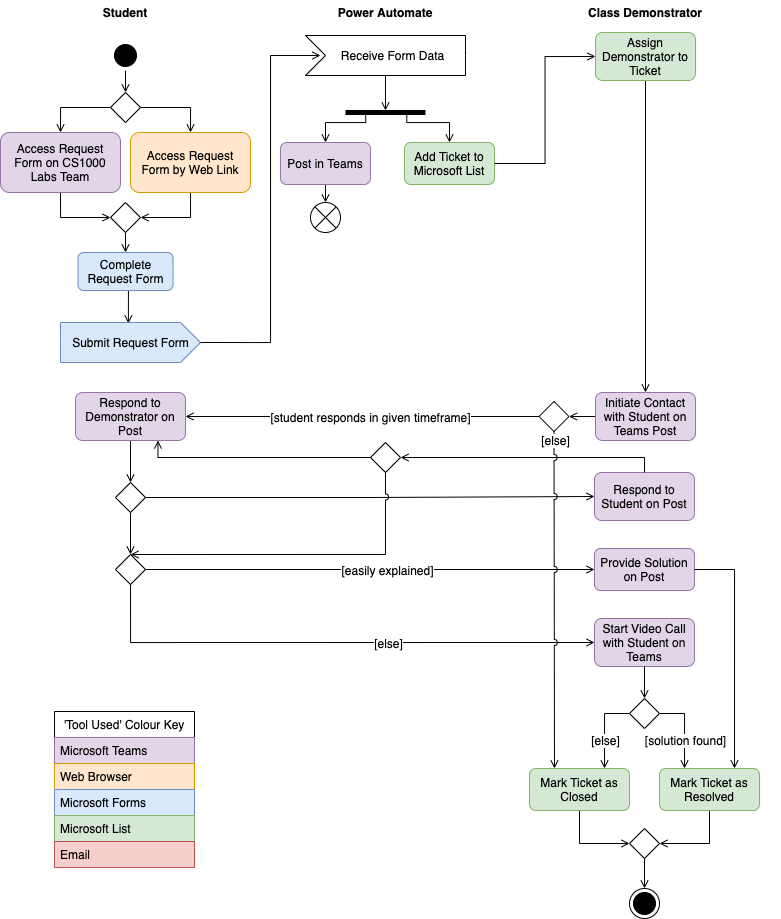
Above: 2context/images/activityRevised.png in mrjackmclean/managingLabsWriteUp (draw.io), before the change. Source tidied: cells renumbered, new cells last; positions are measured from the earlier drawing's top-left corner, leaving out a move shared by most shapes.
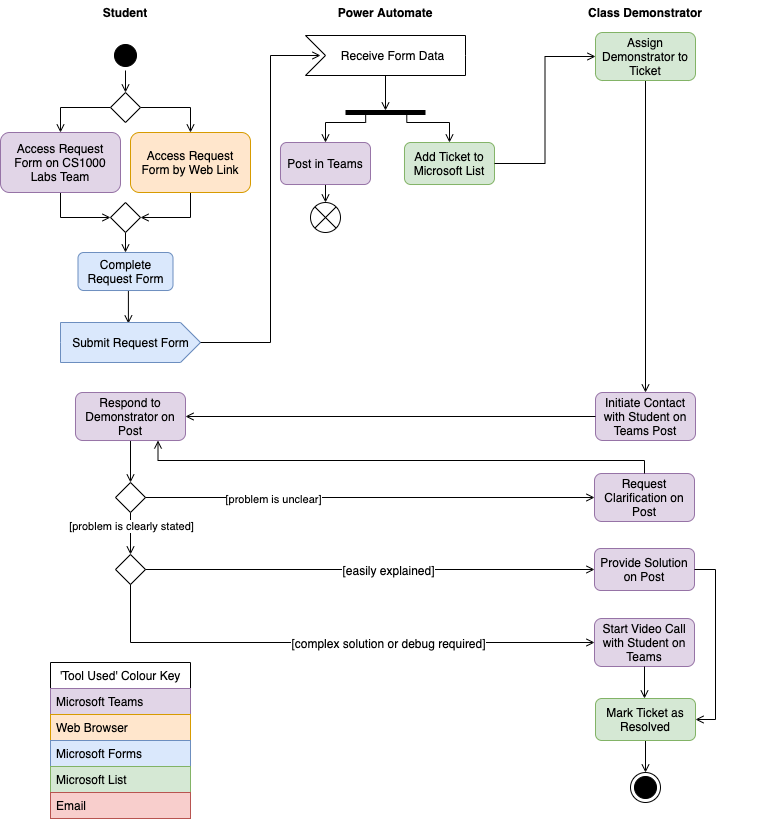
The same file after the commit.

Change to the diagram source:
```diff
@@ -59,6 +59,9 @@
     <mxCell id="20" style="edgeStyle=orthogonalEdgeStyle;rounded=0;jettySize=auto;html=1;exitX=0.5;exitY=1;exitDx=0;exitDy=0;entryX=0.5;entryY=0;entryDx=0;entryDy=0;endArrow=open;endFill=0;" parent="2" edge="1" source="21" target="19">
       <mxGeometry relative="1" as="geometry" />
     </mxCell>
+    <mxCell id="76" value="[problem is clearly stated]" style="edgeLabel;html=1;align=center;verticalAlign=middle;" parent="20" vertex="1">
+      <mxGeometry x="-0.38" relative="1" as="geometry" />
+    </mxCell>
     <mxCell id="21" style="rhombus;fontSize=12;" parent="2" vertex="1">
       <mxGeometry x="115" y="482" width="30" height="30" as="geometry" />
     </mxCell>
@@ -80,9 +83,6 @@
     <mxCell id="27" style="shape=sumEllipse;perimeter=ellipsePerimeter;whiteSpace=wrap;html=1;backgroundOutline=1;fontSize=12;" parent="22" vertex="1">
       <mxGeometry x="50" y="202" width="30" height="30" as="geometry" />
     </mxCell>
-    <mxCell id="28" style="rhombus;fontSize=12;" parent="22" vertex="1">
-      <mxGeometry x="110" y="442" width="30" height="30" as="geometry" />
-    </mxCell>
     <mxCell id="29" style="edgeStyle=orthogonalEdgeStyle;rounded=0;jettySize=auto;html=1;exitX=1;exitY=0.5;exitDx=0;exitDy=0;exitPerimeter=0;endArrow=open;endFill=0;fontSize=12;" parent="1" edge="1" source="16">
       <mxGeometry relative="1" as="geometry">
         <mxPoint x="320" y="55" as="targetPoint" />
@@ -113,9 +113,6 @@
     <mxCell id="36" value="Assign Demonstrator to Ticket" style="rounded=1;whiteSpace=wrap;html=1;strokeColor=#82b366;fontSize=12;fillColor=#d5e8d4;" parent="34" vertex="1">
       <mxGeometry x="85" y="32" width="100" height="48" as="geometry" />
     </mxCell>
-    <mxCell id="37" style="edgeStyle=orthogonalEdgeStyle;rounded=0;jumpStyle=arc;jettySize=auto;html=1;exitX=0;exitY=0.5;exitDx=0;exitDy=0;entryX=1;entryY=0.5;entryDx=0;entryDy=0;endArrow=open;endFill=0;" parent="34" edge="1" source="38" target="42">
-      <mxGeometry relative="1" as="geometry" />
-    </mxCell>
     <mxCell id="38" value="Initiate Contact with Student on Teams Post" style="rounded=1;whiteSpace=wrap;html=1;strokeColor=#9673a6;fontSize=12;fillColor=#e1d5e7;" parent="34" vertex="1">
       <mxGeometry x="85" y="392" width="100" height="48" as="geometry" />
     </mxCell>
@@ -125,27 +122,18 @@
     <mxCell id="40" value="Start Video Call with Student on Teams" style="rounded=1;whiteSpace=wrap;html=1;strokeColor=#9673a6;fontSize=12;fillColor=#e1d5e7;" parent="34" vertex="1">
       <mxGeometry x="84" y="618" width="100" height="48" as="geometry" />
     </mxCell>
-    <mxCell id="41" value="Respond to Student on Post" style="rounded=1;whiteSpace=wrap;html=1;strokeColor=#9673a6;fontSize=12;fillColor=#e1d5e7;" parent="34" vertex="1">
-      <mxGeometry x="84" y="472" width="100" height="48" as="geometry" />
+    <mxCell id="41" value="Request Clarification on Post" style="rounded=1;whiteSpace=wrap;html=1;strokeColor=#9673a6;fontSize=12;fillColor=#e1d5e7;" parent="34" vertex="1">
+      <mxGeometry x="84" y="473" width="100" height="48" as="geometry" />
     </mxCell>
-    <mxCell id="42" style="rhombus;fontSize=12;" parent="34" vertex="1">
-      <mxGeometry x="28.5" y="401" width="30" height="30" as="geometry" />
-    </mxCell>
     <mxCell id="43" style="edgeStyle=orthogonalEdgeStyle;rounded=0;jettySize=auto;html=1;exitX=1;exitY=0.5;exitDx=0;exitDy=0;entryX=0;entryY=0.5;entryDx=0;entryDy=0;startArrow=none;startFill=0;endArrow=open;endFill=0;fontSize=12;" parent="1" edge="1" source="26" target="36">
       <mxGeometry relative="1" as="geometry" />
     </mxCell>
-    <mxCell id="44" style="edgeStyle=orthogonalEdgeStyle;rounded=0;jettySize=auto;html=1;exitX=0.5;exitY=1;exitDx=0;exitDy=0;entryX=1;entryY=0.5;entryDx=0;entryDy=0;fontSize=12;startArrow=none;startFill=0;endArrow=open;endFill=0;" parent="1" edge="1" source="45" target="60">
+    <mxCell id="44" style="edgeStyle=orthogonalEdgeStyle;rounded=0;jettySize=auto;html=1;exitX=0.5;exitY=1;exitDx=0;exitDy=0;entryX=0.5;entryY=0;entryDx=0;entryDy=0;fontSize=12;startArrow=none;startFill=0;endArrow=open;endFill=0;" parent="1" edge="1" source="45" target="61">
       <mxGeometry relative="1" as="geometry" />
     </mxCell>
     <mxCell id="45" value="Mark Ticket as Resolved" style="rounded=1;whiteSpace=wrap;html=1;strokeColor=#82b366;fontSize=12;fillColor=#d5e8d4;" parent="1" vertex="1">
-      <mxGeometry x="659" y="768" width="100" height="42" as="geometry" />
+      <mxGeometry x="595" y="698" width="100" height="42" as="geometry" />
     </mxCell>
-    <mxCell id="46" style="edgeStyle=orthogonalEdgeStyle;rounded=0;jettySize=auto;html=1;exitX=0.5;exitY=1;exitDx=0;exitDy=0;entryX=0;entryY=0.5;entryDx=0;entryDy=0;fontSize=12;startArrow=none;startFill=0;endArrow=open;endFill=0;" parent="1" edge="1" source="47" target="60">
-      <mxGeometry relative="1" as="geometry" />
-    </mxCell>
-    <mxCell id="47" value="Mark Ticket as Closed" style="rounded=1;whiteSpace=wrap;html=1;strokeColor=#82b366;fontSize=12;fillColor=#d5e8d4;" parent="1" vertex="1">
-      <mxGeometry x="529" y="768" width="100" height="42" as="geometry" />
-    </mxCell>
     <mxCell id="48" style="edgeStyle=orthogonalEdgeStyle;rounded=0;jettySize=auto;html=1;exitX=1;exitY=0.5;exitDx=0;exitDy=0;entryX=0;entryY=0.5;entryDx=0;entryDy=0;fontSize=12;startArrow=none;startFill=0;endArrow=open;endFill=0;" parent="1" edge="1" source="19" target="39">
       <mxGeometry relative="1" as="geometry" />
     </mxCell>
@@ -157,47 +145,24 @@
     <mxCell id="50" style="edgeStyle=orthogonalEdgeStyle;rounded=0;jettySize=auto;html=1;exitX=0.5;exitY=1;exitDx=0;exitDy=0;entryX=0;entryY=0.5;entryDx=0;entryDy=0;fontSize=12;startArrow=none;startFill=0;endArrow=open;endFill=0;" parent="1" edge="1" source="19" target="40">
       <mxGeometry relative="1" as="geometry" />
     </mxCell>
-    <mxCell id="51" value="[else]" style="edgeLabel;html=1;align=center;verticalAlign=middle;fontSize=12;" parent="50" vertex="1">
+    <mxCell id="51" value="[complex solution or debug required]" style="edgeLabel;html=1;align=center;verticalAlign=middle;fontSize=12;" parent="50" vertex="1">
       <mxGeometry x="0.17" relative="1" as="geometry">
         <mxPoint x="10" as="offset" />
       </mxGeometry>
     </mxCell>
-    <mxCell id="52" style="edgeStyle=orthogonalEdgeStyle;rounded=0;jettySize=auto;html=1;exitX=0;exitY=0.5;exitDx=0;exitDy=0;entryX=0.75;entryY=0;entryDx=0;entryDy=0;fontSize=12;startArrow=none;startFill=0;endArrow=open;endFill=0;" parent="1" edge="1" source="56" target="47">
-      <mxGeometry relative="1" as="geometry" />
-    </mxCell>
-    <mxCell id="53" value="[else]" style="edgeLabel;html=1;align=center;verticalAlign=middle;fontSize=12;" parent="52" vertex="1">
-      <mxGeometry x="0.47" relative="1" as="geometry">
-        <mxPoint y="-7" as="offset" />
-      </mxGeometry>
-    </mxCell>
-    <mxCell id="54" style="edgeStyle=orthogonalEdgeStyle;rounded=0;jettySize=auto;html=1;exitX=1;exitY=0.5;exitDx=0;exitDy=0;entryX=0.25;entryY=0;entryDx=0;entryDy=0;fontSize=12;startArrow=none;startFill=0;endArrow=open;endFill=0;" parent="1" edge="1" source="56" target="45">
-      <mxGeometry relative="1" as="geometry" />
-    </mxCell>
-    <mxCell id="55" value="[solution found]" style="edgeLabel;html=1;align=center;verticalAlign=middle;fontSize=12;" parent="54" vertex="1">
-      <mxGeometry x="0.31" relative="1" as="geometry">
-        <mxPoint y="-1" as="offset" />
-      </mxGeometry>
-    </mxCell>
-    <mxCell id="56" style="rhombus;fontSize=12;" parent="1" vertex="1">
-      <mxGeometry x="629" y="698" width="30" height="30" as="geometry" />
-    </mxCell>
-    <mxCell id="57" style="edgeStyle=orthogonalEdgeStyle;rounded=0;jettySize=auto;html=1;exitX=0.5;exitY=1;exitDx=0;exitDy=0;entryX=0.5;entryY=0;entryDx=0;entryDy=0;fontSize=12;startArrow=none;startFill=0;endArrow=open;endFill=0;" parent="1" edge="1" source="40" target="56">
-      <mxGeometry relative="1" as="geometry" />
+    <mxCell id="57" style="edgeStyle=orthogonalEdgeStyle;rounded=0;jettySize=auto;html=1;exitX=0.5;exitY=1;exitDx=0;exitDy=0;entryX=0.5;entryY=0;entryDx=0;entryDy=0;fontSize=12;startArrow=none;startFill=0;endArrow=open;endFill=0;" parent="1" edge="1" source="40">
+      <mxGeometry relative="1" as="geometry">
+        <mxPoint x="644" y="698" as="targetPoint" />
+      </mxGeometry>
     </mxCell>
-    <mxCell id="58" style="edgeStyle=orthogonalEdgeStyle;rounded=0;jettySize=auto;html=1;exitX=1;exitY=0.5;exitDx=0;exitDy=0;entryX=0.75;entryY=0;entryDx=0;entryDy=0;fontSize=12;startArrow=none;startFill=0;endArrow=open;endFill=0;" parent="1" edge="1" source="39" target="45">
+    <mxCell id="58" style="edgeStyle=orthogonalEdgeStyle;rounded=0;jettySize=auto;html=1;exitX=1;exitY=0.5;exitDx=0;exitDy=0;entryX=1;entryY=0.5;entryDx=0;entryDy=0;fontSize=12;startArrow=none;startFill=0;endArrow=open;endFill=0;" parent="1" edge="1" source="39" target="45">
       <mxGeometry relative="1" as="geometry" />
     </mxCell>
-    <mxCell id="59" style="edgeStyle=orthogonalEdgeStyle;rounded=0;jettySize=auto;html=1;exitX=0.5;exitY=1;exitDx=0;exitDy=0;entryX=0.5;entryY=0;entryDx=0;entryDy=0;fontSize=12;startArrow=none;startFill=0;endArrow=open;endFill=0;" parent="1" edge="1" source="60" target="61">
-      <mxGeometry relative="1" as="geometry" />
-    </mxCell>
-    <mxCell id="60" style="rhombus;fontSize=12;" parent="1" vertex="1">
-      <mxGeometry x="629" y="828" width="30" height="30" as="geometry" />
-    </mxCell>
     <mxCell id="61" style="ellipse;html=1;shape=endState;fillColor=#000000;strokeColor=#000000;fontSize=12;" parent="1" vertex="1">
-      <mxGeometry x="629" y="888" width="30" height="30" as="geometry" />
+      <mxGeometry x="630" y="772" width="30" height="30" as="geometry" />
     </mxCell>
     <mxCell id="62" value="'Tool Used' Colour Key" style="swimlane;fontStyle=0;horizontal=1;startSize=26;fontSize=12;" parent="1" vertex="1">
-      <mxGeometry x="54" y="711" width="140" height="156" as="geometry" />
+      <mxGeometry x="50" y="662" width="140" height="156" as="geometry" />
     </mxCell>
     <mxCell id="63" value="Microsoft Teams" style="text;align=left;verticalAlign=top;spacingLeft=4;spacingRight=4;overflow=hidden;labelBackgroundColor=none;fillColor=#e1d5e7;strokeColor=#9673a6;" parent="62" vertex="1">
       <mxGeometry y="26" width="140" height="26" as="geometry" />
@@ -217,40 +182,19 @@
     <mxCell id="68" style="edgeStyle=orthogonalEdgeStyle;rounded=0;jettySize=auto;html=1;exitX=1;exitY=0.5;exitDx=0;exitDy=0;entryX=0;entryY=0.5;entryDx=0;entryDy=0;endArrow=open;endFill=0;" parent="1" edge="1" source="21" target="41">
       <mxGeometry relative="1" as="geometry" />
     </mxCell>
-    <mxCell id="69" style="edgeStyle=orthogonalEdgeStyle;rounded=0;jettySize=auto;html=1;exitX=0.5;exitY=0;exitDx=0;exitDy=0;entryX=1;entryY=0.5;entryDx=0;entryDy=0;endArrow=open;endFill=0;" parent="1" edge="1" source="41" target="28">
-      <mxGeometry relative="1" as="geometry">
-        <Array as="points">
-          <mxPoint x="644" y="457" />
-        </Array>
-      </mxGeometry>
-    </mxCell>
-    <mxCell id="70" style="rounded=0;jettySize=auto;html=1;exitX=0.5;exitY=1;exitDx=0;exitDy=0;entryX=0.5;entryY=0;entryDx=0;entryDy=0;endArrow=open;endFill=0;jumpStyle=arc;edgeStyle=orthogonalEdgeStyle;" parent="1" edge="1" source="28" target="19">
-      <mxGeometry relative="1" as="geometry">
-        <Array as="points">
-          <mxPoint x="385" y="554" />
-        </Array>
-      </mxGeometry>
-    </mxCell>
-    <mxCell id="71" style="edgeStyle=orthogonalEdgeStyle;rounded=0;jumpStyle=arc;jettySize=auto;html=1;exitX=0;exitY=0.5;exitDx=0;exitDy=0;entryX=0.75;entryY=1;entryDx=0;entryDy=0;endArrow=open;endFill=0;" parent="1" edge="1" source="28" target="18">
-      <mxGeometry relative="1" as="geometry">
-        <Array as="points">
-          <mxPoint x="158" y="457" />
-        </Array>
-      </mxGeometry>
-    </mxCell>
-    <mxCell id="72" style="edgeStyle=orthogonalEdgeStyle;rounded=0;jumpStyle=arc;jettySize=auto;html=1;exitX=0.5;exitY=1;exitDx=0;exitDy=0;entryX=0.25;entryY=0;entryDx=0;entryDy=0;endArrow=open;endFill=0;" parent="1" edge="1" source="42" target="47">
-      <mxGeometry relative="1" as="geometry" />
-    </mxCell>
-    <mxCell id="73" value="&lt;font style=&quot;font-size: 12px&quot;&gt;[else]&lt;/font&gt;" style="edgeLabel;html=1;align=center;verticalAlign=middle;" parent="72" vertex="1">
-      <mxGeometry x="-0.95" y="1" relative="1" as="geometry" />
-    </mxCell>
+    <mxCell id="77" value="[problem is unclear]" style="edgeLabel;html=1;align=center;verticalAlign=middle;" parent="68" vertex="1">
+      <mxGeometry x="-0.43" y="-1" relative="1" as="geometry" />
+    </mxCell>
-    <mxCell id="74" style="edgeStyle=orthogonalEdgeStyle;rounded=0;jumpStyle=arc;jettySize=auto;html=1;exitX=0;exitY=0.5;exitDx=0;exitDy=0;entryX=1;entryY=0.5;entryDx=0;entryDy=0;endArrow=open;endFill=0;" parent="1" edge="1" source="42" target="18">
+    <mxCell id="74" style="edgeStyle=orthogonalEdgeStyle;rounded=0;jumpStyle=arc;jettySize=auto;html=1;exitX=0;exitY=0.5;exitDx=0;exitDy=0;entryX=1;entryY=0.5;entryDx=0;entryDy=0;endArrow=open;endFill=0;" parent="1" edge="1" source="38" target="18">
       <mxGeometry relative="1" as="geometry" />
     </mxCell>
-    <mxCell id="75" value="&lt;span style=&quot;font-size: 12px&quot;&gt;[student responds in given timeframe]&lt;/span&gt;" style="edgeLabel;html=1;align=center;verticalAlign=middle;" parent="74" vertex="1">
-      <mxGeometry x="-0.56" y="-2" relative="1" as="geometry">
-        <mxPoint x="-91" y="2" as="offset" />
-      </mxGeometry>
-    </mxCell>
+    <mxCell id="78" style="edgeStyle=orthogonalEdgeStyle;rounded=0;jettySize=auto;html=1;exitX=0.5;exitY=0;exitDx=0;exitDy=0;entryX=0.75;entryY=1;entryDx=0;entryDy=0;jumpStyle=arc;endArrow=open;endFill=0;" parent="1" edge="1" source="41" target="18">
+      <mxGeometry relative="1" as="geometry">
+        <Array as="points">
+          <mxPoint x="644" y="460" />
+          <mxPoint x="158" y="460" />
+        </Array>
+      </mxGeometry>
+    </mxCell>
   </root>
 </mxGraphModel>
```
